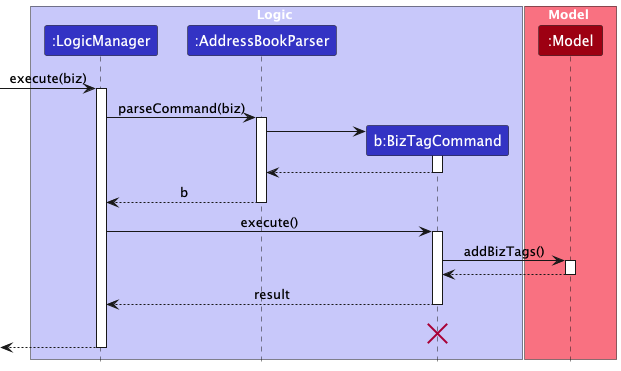
The PlantUML diagram docs/images/BizSequenceDiagram.png in Habutiii/tp, before a commit. Its diagram source:
```plantuml
@startuml
!include style.puml
skinparam ArrowFontStyle plain

box Logic LOGIC_COLOR_T1
participant ":LogicManager" as LogicManager LOGIC_COLOR
participant ":AddressBookParser" as AddressBookParser LOGIC_COLOR
participant "b:BizTagCommand" as BizTagCommand LOGIC_COLOR
end box

box Model MODEL_COLOR_T1
participant ":Model" as Model MODEL_COLOR
end box

[-> LogicManager : execute(biz)
activate LogicManager

LogicManager -> AddressBookParser : parseCommand(biz)
activate AddressBookParser

create BizTagCommand
AddressBookParser -> BizTagCommand
activate BizTagCommand

BizTagCommand --> AddressBookParser
deactivate BizTagCommand

AddressBookParser --> LogicManager : b
deactivate AddressBookParser

LogicManager -> BizTagCommand : execute()
activate BizTagCommand

BizTagCommand -> Model : addBizTags()
activate Model

Model --> BizTagCommand
deactivate Model

BizTagCommand --> LogicManager : result
deactivate BizTagCommand
BizTagCommand -[hidden]-> LogicManager : result
destroy BizTagCommand

[<--LogicManager
deactivate LogicManager
@enduml
```
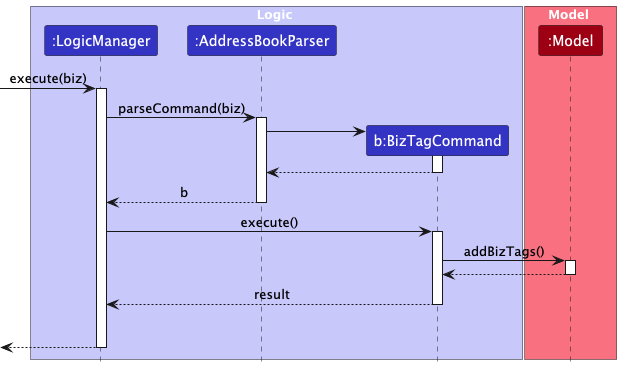
Later version of the same file.

Commit message:
Remove destroy in Biz and Unbiz PUMLs for accuracy

The edit, as a diff of the source:
```diff
@@ -40,7 +40,6 @@
 BizTagCommand --> LogicManager : result
 deactivate BizTagCommand
 BizTagCommand -[hidden]-> LogicManager : result
-destroy BizTagCommand
 
 [<--LogicManager
 deactivate LogicManager
```
